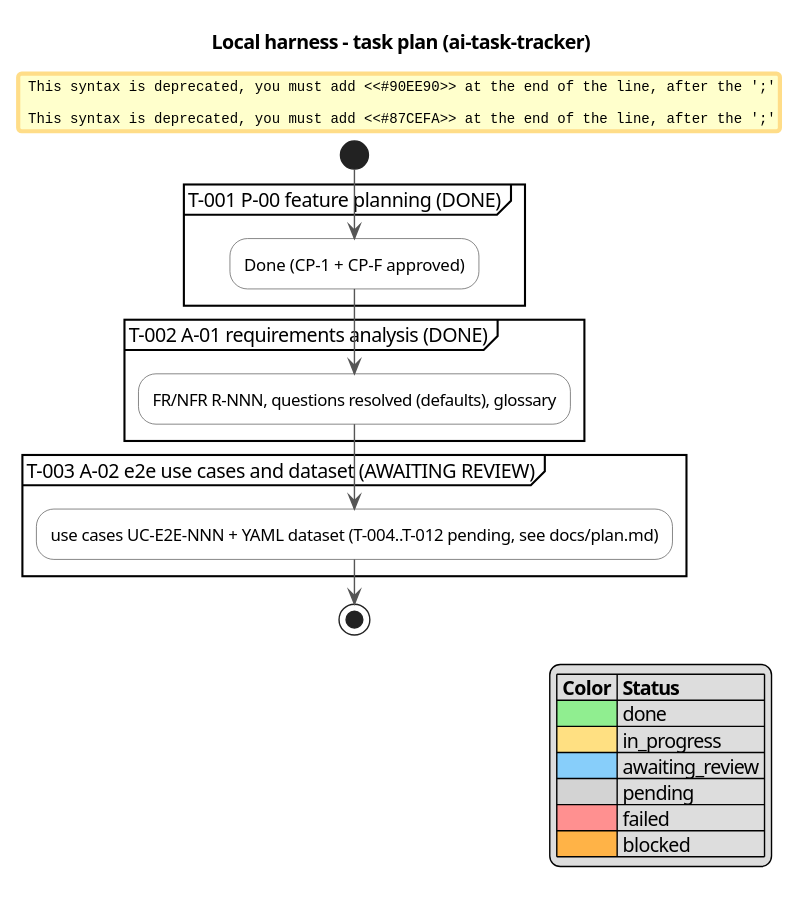
Earlier version of the PlantUML export docs/activity.svg (serge-sasov/ai-task-tracker).
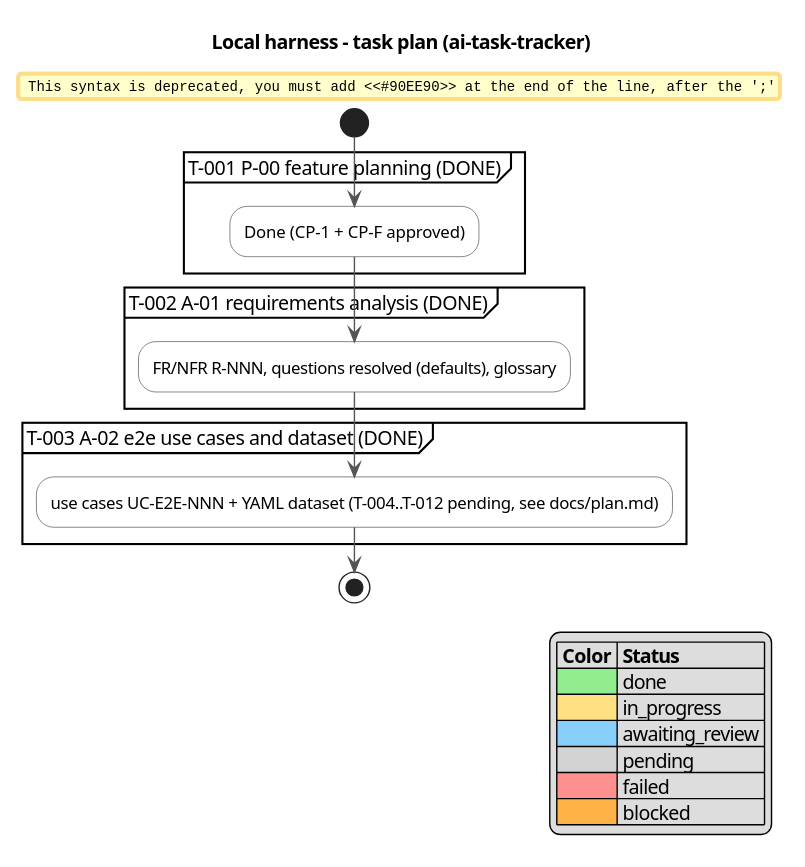
Above is the later version.

Commit message:
T-003: e2e use cases and YAML dataset (A-02) accepted

What changed in the source:
```diff
@@ -12,8 +12,8 @@
 partition "T-002 A-01 requirements analysis (DONE)" {
   #90EE90:FR/NFR R-NNN, questions resolved (defaults), glossary;
 }
-partition "T-003 A-02 e2e use cases and dataset (AWAITING REVIEW)" {
-  #87CEFA:use cases UC-E2E-NNN + YAML dataset (T-004..T-012 pending, see docs/plan.md);
+partition "T-003 A-02 e2e use cases and dataset (DONE)" {
+  #90EE90:use cases UC-E2E-NNN + YAML dataset (T-004..T-012 pending, see docs/plan.md);
 }
 stop
 
```
